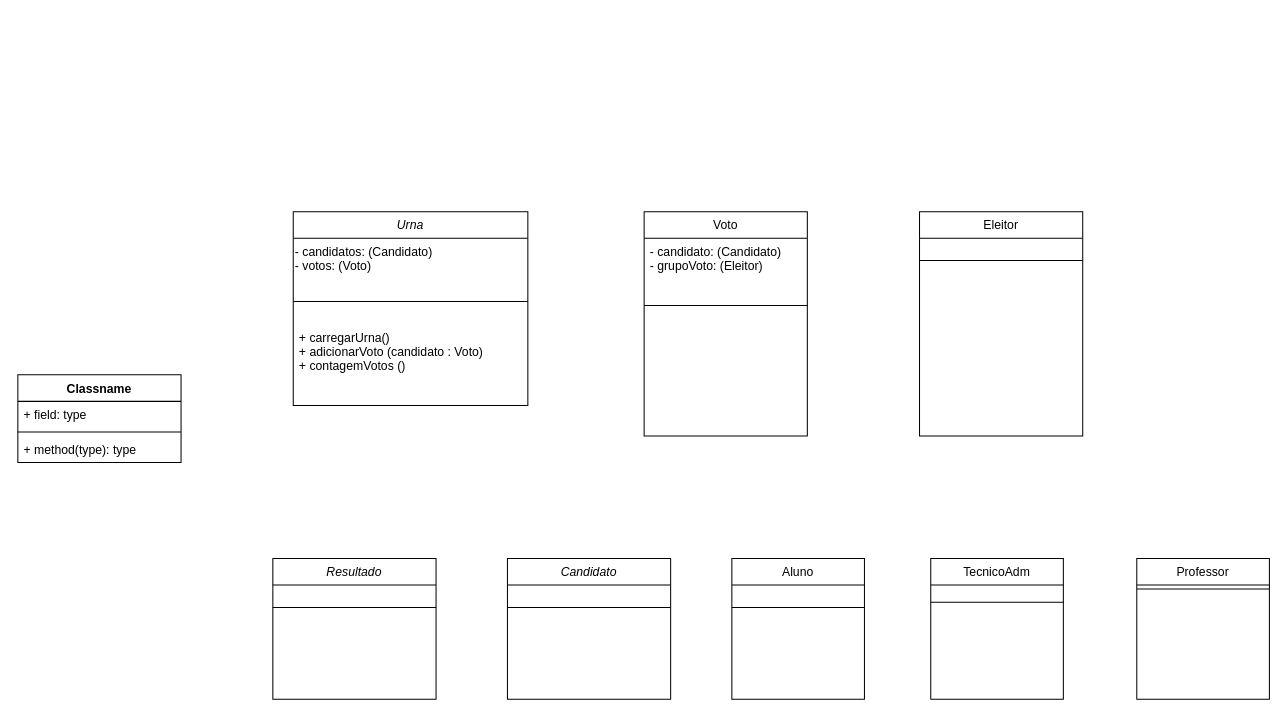
Earlier version of the draw.io diagram projeto_urna.drawio (Alien-Love/T1_INE5605). Source tidied: cells renumbered, new cells numbered last; positions are measured from the earlier drawing's top-left corner, leaving out a move shared by most shapes. Both pictures are drawn from the tidied source at 102%, with x=0, y=0 at pixel (17, 211).
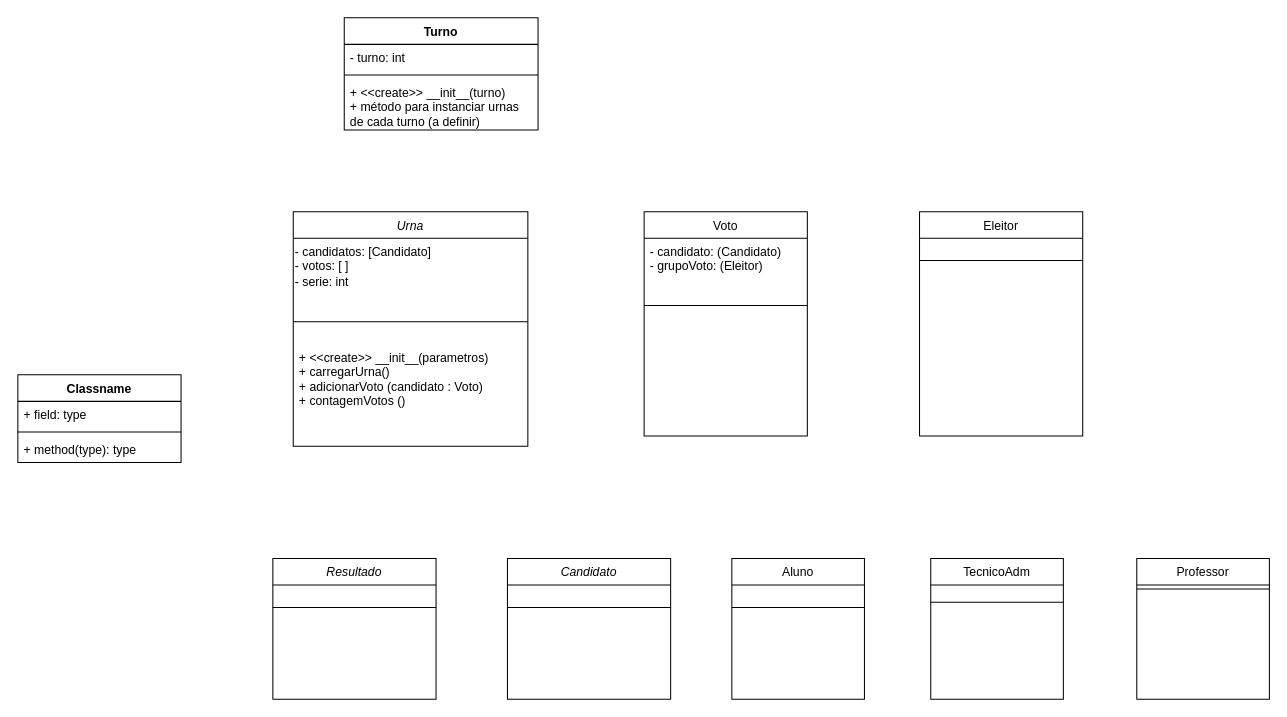
The same diagram, later.

Diff of the diagram source:
```diff
@@
     <mxCell id="2" value="Urna" style="swimlane;fontStyle=2;align=center;verticalAlign=top;horizontal=1;startSize=26;rounded=0;shadow=0;strokeWidth=1;" parent="1" vertex="1">
-      <mxGeometry x="270" width="230" height="190" as="geometry" />
+      <mxGeometry x="270" width="230" height="230" as="geometry" />
     </mxCell>
-    <mxCell id="3" value="- candidatos: (Candidato)&lt;br&gt;- votos: (Voto)" style="text;html=1;align=left;verticalAlign=top;strokeColor=none;fillColor=none;" parent="2" vertex="1">
-      <mxGeometry y="26" width="230" height="40" as="geometry" />
+    <mxCell id="3" value="- candidatos: [Candidato]&lt;br&gt;- votos: [ ]&lt;br&gt;- serie: int" style="text;html=1;align=left;verticalAlign=top;strokeColor=none;fillColor=none;" parent="2" vertex="1">
+      <mxGeometry y="26" width="230" height="60" as="geometry" />
     </mxCell>
     <mxCell id="4" style="line;html=1;strokeWidth=1;align=left;verticalAlign=middle;spacingTop=-1;spacingLeft=3;spacingRight=3;labelPosition=right;" parent="2" vertex="1">
-      <mxGeometry y="66" width="230" height="44" as="geometry" />
+      <mxGeometry y="86" width="230" height="44" as="geometry" />
     </mxCell>
-    <mxCell id="5" value="+ carregarUrna()&#10;+ adicionarVoto (candidato : Voto)&#10;+ contagemVotos ()" style="text;strokeColor=none;fillColor=none;align=left;verticalAlign=top;spacingLeft=4;spacingRight=4;overflow=hidden;" parent="2" vertex="1">
-      <mxGeometry y="110" width="230" height="80" as="geometry" />
+    <mxCell id="5" value="+ &lt;&lt;create&gt;&gt; __init__(parametros)&#10;+ carregarUrna()&#10;+ adicionarVoto (candidato : Voto)&#10;+ contagemVotos ()" style="text;strokeColor=none;fillColor=none;align=left;verticalAlign=top;spacingLeft=4;spacingRight=4;overflow=hidden;" parent="2" vertex="1">
+      <mxGeometry y="130" width="230" height="100" as="geometry" />
     </mxCell>
@@
+    <mxCell id="25" value="Turno" style="swimlane;fontStyle=1;align=center;verticalAlign=top;horizontal=1;startSize=26;" parent="1" vertex="1">
+      <mxGeometry x="320" y="-190" width="190" height="110" as="geometry" />
+    </mxCell>
+    <mxCell id="26" value="- turno: int" style="text;strokeColor=none;fillColor=none;align=left;verticalAlign=top;spacingLeft=4;spacingRight=4;overflow=hidden;" parent="25" vertex="1">
+      <mxGeometry y="26" width="190" height="26" as="geometry" />
+    </mxCell>
+    <mxCell id="27" style="line;strokeWidth=1;fillColor=none;align=left;verticalAlign=middle;spacingTop=-1;spacingLeft=3;spacingRight=3;labelPosition=right;strokeColor=inherit;" parent="25" vertex="1">
+      <mxGeometry y="52" width="190" height="8" as="geometry" />
+    </mxCell>
+    <mxCell id="28" value="+ &lt;&lt;create&gt;&gt; __init__(turno)&#10;+ método para instanciar urnas de cada turno (a definir)" style="text;strokeColor=none;fillColor=none;align=left;verticalAlign=top;spacingLeft=4;spacingRight=4;overflow=hidden;whiteSpace=wrap;" parent="25" vertex="1">
+      <mxGeometry y="60" width="190" height="50" as="geometry" />
+    </mxCell>
```
